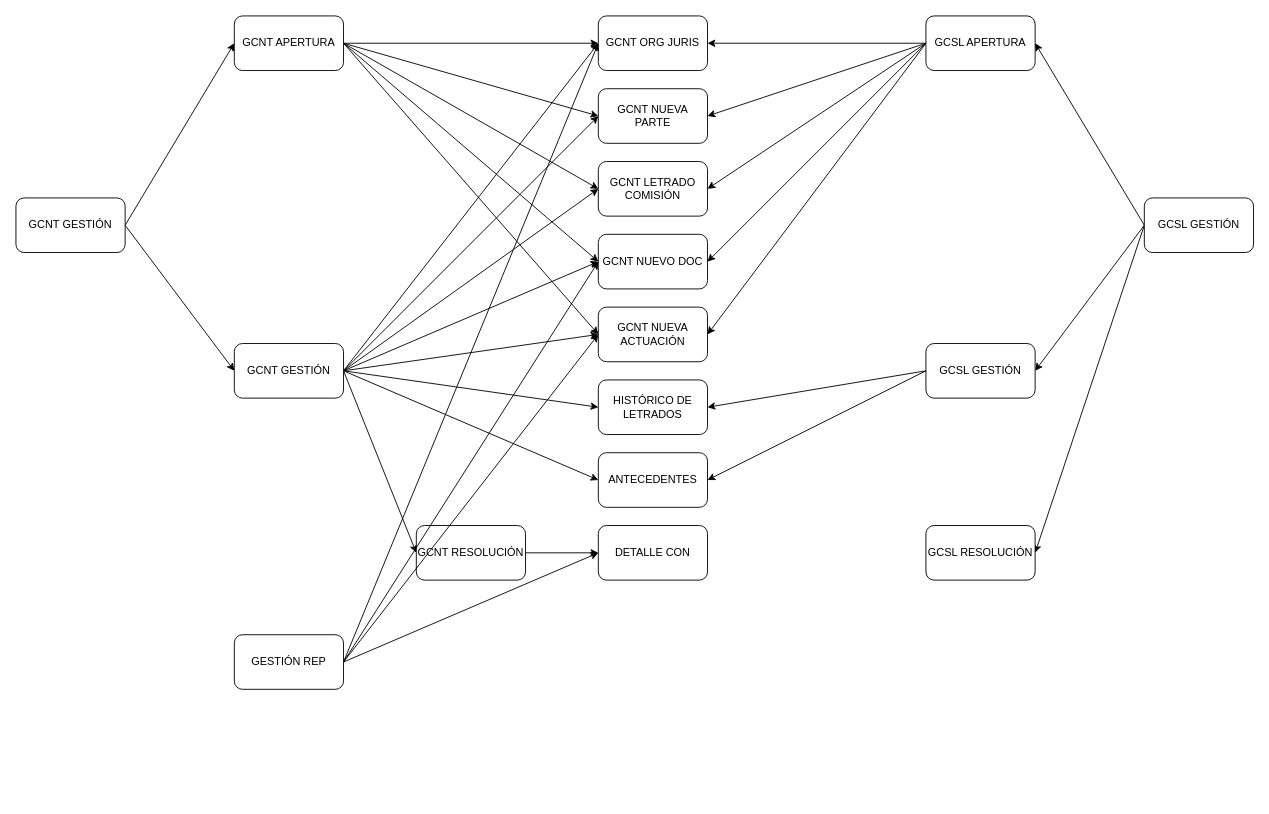
Earlier version of the draw.io diagram mierdas.drawio (rlop666/diagramas). Source tidied: cells renumbered, new cells numbered last; positions are measured from the earlier drawing's top-left corner, leaving out a move shared by most shapes. Both pictures are drawn from the tidied source at 91%, with x=0, y=0 at pixel (15, 15).
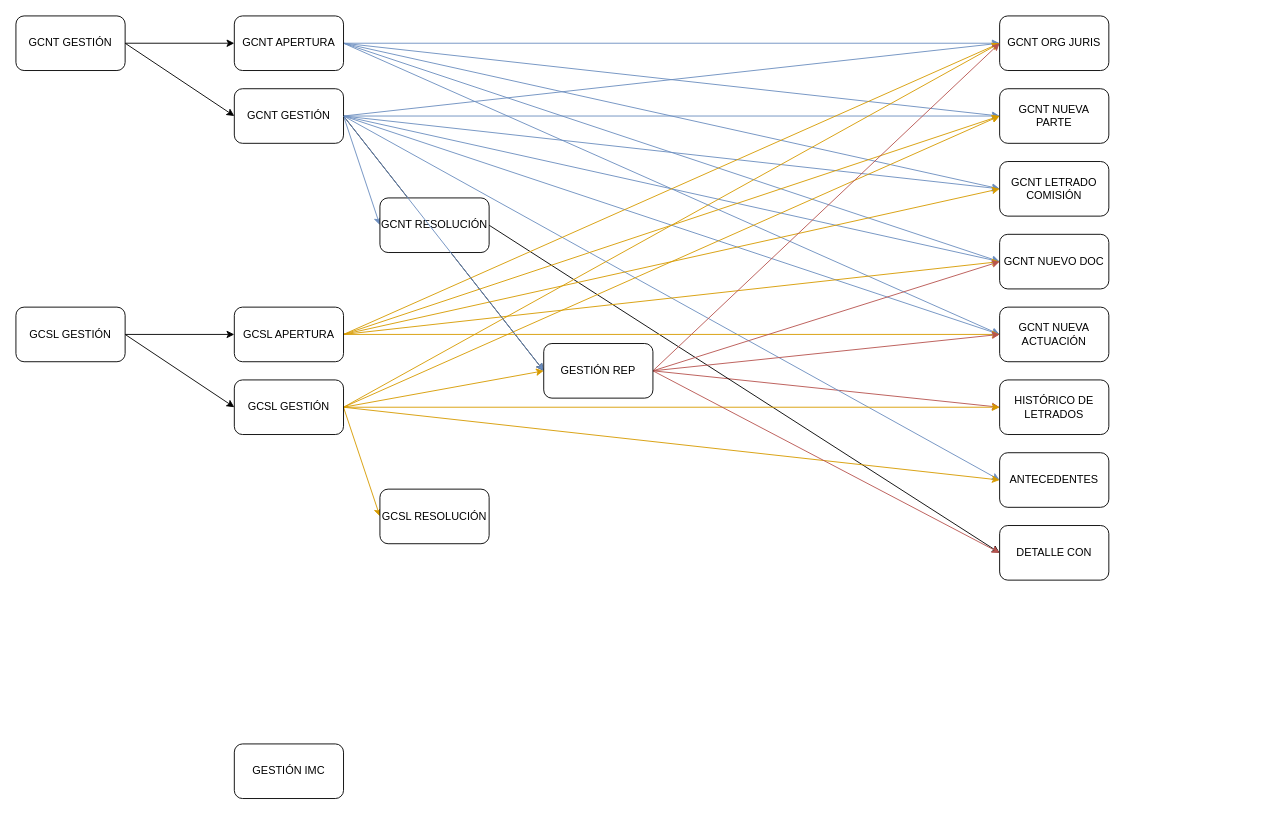
The same diagram, later.

Unchanged cells that the change refers to:
```xml
<mxCell id="10" value="GCNT APERTURA" style="rounded=1;whiteSpace=wrap;html=1;" parent="1" vertex="1">
  <mxGeometry x="240" width="120" height="60" as="geometry" />
</mxCell>
```

The edit, as a diff of the source:
```diff
@@
+    <mxCell id="49" style="rounded=0;jettySize=auto;html=1;exitX=1;exitY=0.5;exitDx=0;exitDy=0;entryX=0;entryY=0.5;entryDx=0;entryDy=0;" parent="1" edge="1" source="24" target="48">
+      <mxGeometry relative="1" as="geometry" />
+    </mxCell>
     <mxCell id="4" value="GCNT GESTIÓN" style="rounded=1;whiteSpace=wrap;html=1;" parent="1" vertex="1">
-      <mxGeometry y="200" width="120" height="60" as="geometry" />
+      <mxGeometry width="120" height="60" as="geometry" />
     </mxCell>
-    <mxCell id="5" style="rounded=0;jettySize=auto;html=1;entryX=0;entryY=0.5;entryDx=0;entryDy=0;exitX=1;exitY=0.5;exitDx=0;exitDy=0;" parent="1" edge="1" source="10" target="12">
+    <mxCell id="5" style="rounded=0;jettySize=auto;html=1;entryX=0;entryY=0.5;entryDx=0;entryDy=0;exitX=1;exitY=0.5;exitDx=0;exitDy=0;fillColor=#dae8fc;strokeColor=#6c8ebf;" parent="1" edge="1" source="10" target="12">
       <mxGeometry relative="1" as="geometry" />
     </mxCell>
-    <mxCell id="6" style="rounded=0;jettySize=auto;html=1;entryX=0;entryY=0.5;entryDx=0;entryDy=0;exitX=1;exitY=0.5;exitDx=0;exitDy=0;" parent="1" edge="1" source="10" target="11">
+    <mxCell id="6" style="rounded=0;jettySize=auto;html=1;entryX=0;entryY=0.5;entryDx=0;entryDy=0;exitX=1;exitY=0.5;exitDx=0;exitDy=0;fillColor=#dae8fc;strokeColor=#6c8ebf;" parent="1" edge="1" source="10" target="11">
       <mxGeometry relative="1" as="geometry" />
     </mxCell>
-    <mxCell id="7" style="rounded=0;jettySize=auto;html=1;entryX=0;entryY=0.5;entryDx=0;entryDy=0;exitX=1;exitY=0.5;exitDx=0;exitDy=0;" parent="1" edge="1" source="10" target="13">
+    <mxCell id="7" style="rounded=0;jettySize=auto;html=1;entryX=0;entryY=0.5;entryDx=0;entryDy=0;exitX=1;exitY=0.5;exitDx=0;exitDy=0;fillColor=#dae8fc;strokeColor=#6c8ebf;" parent="1" edge="1" source="10" target="13">
       <mxGeometry relative="1" as="geometry" />
     </mxCell>
-    <mxCell id="8" style="rounded=0;jettySize=auto;html=1;entryX=0;entryY=0.5;entryDx=0;entryDy=0;exitX=1;exitY=0.5;exitDx=0;exitDy=0;" parent="1" edge="1" source="10" target="14">
+    <mxCell id="8" style="rounded=0;jettySize=auto;html=1;entryX=0;entryY=0.5;entryDx=0;entryDy=0;exitX=1;exitY=0.5;exitDx=0;exitDy=0;fillColor=#dae8fc;strokeColor=#6c8ebf;" parent="1" edge="1" source="10" target="14">
       <mxGeometry relative="1" as="geometry" />
     </mxCell>
-    <mxCell id="9" style="rounded=0;jettySize=auto;html=1;entryX=0;entryY=0.5;entryDx=0;entryDy=0;exitX=1;exitY=0.5;exitDx=0;exitDy=0;" parent="1" edge="1" source="10" target="15">
+    <mxCell id="9" style="rounded=0;jettySize=auto;html=1;entryX=0;entryY=0.5;entryDx=0;entryDy=0;exitX=1;exitY=0.5;exitDx=0;exitDy=0;fillColor=#dae8fc;strokeColor=#6c8ebf;" parent="1" edge="1" source="10" target="15">
       <mxGeometry relative="1" as="geometry" />
     </mxCell>
@@
     <mxCell id="11" value="GCNT NUEVA PARTE" style="rounded=1;whiteSpace=wrap;html=1;" parent="1" vertex="1">
-      <mxGeometry x="640" y="80" width="120" height="60" as="geometry" />
+      <mxGeometry x="1081" y="80" width="120" height="60" as="geometry" />
     </mxCell>
     <mxCell id="12" value="GCNT ORG JURIS" style="rounded=1;whiteSpace=wrap;html=1;" parent="1" vertex="1">
-      <mxGeometry x="640" width="120" height="60" as="geometry" />
+      <mxGeometry x="1081" width="120" height="60" as="geometry" />
     </mxCell>
     <mxCell id="13" value="GCNT LETRADO COMISIÓN" style="rounded=1;whiteSpace=wrap;html=1;" parent="1" vertex="1">
-      <mxGeometry x="640" y="160" width="120" height="60" as="geometry" />
+      <mxGeometry x="1081" y="160" width="120" height="60" as="geometry" />
     </mxCell>
     <mxCell id="14" value="GCNT NUEVO DOC" style="rounded=1;whiteSpace=wrap;html=1;" parent="1" vertex="1">
-      <mxGeometry x="640" y="240" width="120" height="60" as="geometry" />
+      <mxGeometry x="1081" y="240" width="120" height="60" as="geometry" />
     </mxCell>
     <mxCell id="15" value="GCNT NUEVA ACTUACIÓN" style="rounded=1;whiteSpace=wrap;html=1;" parent="1" vertex="1">
-      <mxGeometry x="640" y="320" width="120" height="60" as="geometry" />
+      <mxGeometry x="1081" y="320" width="120" height="60" as="geometry" />
     </mxCell>
-    <mxCell id="16" style="rounded=0;jettySize=auto;html=1;entryX=0;entryY=0.5;entryDx=0;entryDy=0;exitX=1;exitY=0.5;exitDx=0;exitDy=0;" parent="1" edge="1" source="24" target="15">
+    <mxCell id="16" style="rounded=0;jettySize=auto;html=1;entryX=0;entryY=0.5;entryDx=0;entryDy=0;exitX=1;exitY=0.5;exitDx=0;exitDy=0;fillColor=#dae8fc;strokeColor=#6c8ebf;" parent="1" edge="1" source="24" target="15">
       <mxGeometry relative="1" as="geometry" />
     </mxCell>
-    <mxCell id="17" style="rounded=0;jettySize=auto;html=1;entryX=0;entryY=0.5;entryDx=0;entryDy=0;exitX=1;exitY=0.5;exitDx=0;exitDy=0;" parent="1" edge="1" source="24" target="14">
+    <mxCell id="17" style="rounded=0;jettySize=auto;html=1;entryX=0;entryY=0.5;entryDx=0;entryDy=0;exitX=1;exitY=0.5;exitDx=0;exitDy=0;fillColor=#dae8fc;strokeColor=#6c8ebf;" parent="1" edge="1" source="24" target="14">
       <mxGeometry relative="1" as="geometry" />
     </mxCell>
-    <mxCell id="18" style="rounded=0;jettySize=auto;html=1;entryX=0;entryY=0.5;entryDx=0;entryDy=0;exitX=1;exitY=0.5;exitDx=0;exitDy=0;" parent="1" edge="1" source="24" target="11">
+    <mxCell id="18" style="rounded=0;jettySize=auto;html=1;entryX=0;entryY=0.5;entryDx=0;entryDy=0;exitX=1;exitY=0.5;exitDx=0;exitDy=0;fillColor=#dae8fc;strokeColor=#6c8ebf;" parent="1" edge="1" source="24" target="11">
       <mxGeometry relative="1" as="geometry" />
     </mxCell>
-    <mxCell id="19" style="rounded=0;jettySize=auto;html=1;entryX=0;entryY=0.5;entryDx=0;entryDy=0;exitX=1;exitY=0.5;exitDx=0;exitDy=0;" parent="1" edge="1" source="24" target="12">
+    <mxCell id="19" style="rounded=0;jettySize=auto;html=1;entryX=0;entryY=0.5;entryDx=0;entryDy=0;exitX=1;exitY=0.5;exitDx=0;exitDy=0;fillColor=#dae8fc;strokeColor=#6c8ebf;" parent="1" edge="1" source="24" target="12">
       <mxGeometry relative="1" as="geometry" />
     </mxCell>
-    <mxCell id="20" style="rounded=0;jettySize=auto;html=1;entryX=0;entryY=0.5;entryDx=0;entryDy=0;exitX=1;exitY=0.5;exitDx=0;exitDy=0;" parent="1" edge="1" source="24" target="13">
+    <mxCell id="20" style="rounded=0;jettySize=auto;html=1;entryX=0;entryY=0.5;entryDx=0;entryDy=0;exitX=1;exitY=0.5;exitDx=0;exitDy=0;fillColor=#dae8fc;strokeColor=#6c8ebf;" parent="1" edge="1" source="24" target="13">
       <mxGeometry relative="1" as="geometry" />
     </mxCell>
-    <mxCell id="21" style="rounded=0;jettySize=auto;html=1;entryX=0;entryY=0.5;entryDx=0;entryDy=0;exitX=1;exitY=0.5;exitDx=0;exitDy=0;" parent="1" edge="1" source="24" target="26">
+    <mxCell id="21" style="rounded=0;jettySize=auto;html=1;entryX=0;entryY=0.5;entryDx=0;entryDy=0;exitX=1;exitY=0.5;exitDx=0;exitDy=0;fillColor=#dae8fc;strokeColor=#6c8ebf;" parent="1" edge="1" source="24" target="26">
       <mxGeometry relative="1" as="geometry" />
     </mxCell>
-    <mxCell id="22" style="rounded=0;jettySize=auto;html=1;entryX=0;entryY=0.5;entryDx=0;entryDy=0;exitX=1;exitY=0.5;exitDx=0;exitDy=0;" parent="1" edge="1" source="24" target="28">
+    <mxCell id="22" style="rounded=0;jettySize=auto;html=1;entryX=0;entryY=0.5;entryDx=0;entryDy=0;exitX=1;exitY=0.5;exitDx=0;exitDy=0;fillColor=#f8cecc;strokeColor=#b85450;" parent="1" edge="1" source="48" target="28">
       <mxGeometry relative="1" as="geometry" />
     </mxCell>
-    <mxCell id="23" style="rounded=0;jettySize=auto;html=1;entryX=0;entryY=0.5;entryDx=0;entryDy=0;exitX=1;exitY=0.5;exitDx=0;exitDy=0;" parent="1" edge="1" source="24" target="29">
+    <mxCell id="23" style="rounded=0;jettySize=auto;html=1;entryX=0;entryY=0.5;entryDx=0;entryDy=0;exitX=1;exitY=0.5;exitDx=0;exitDy=0;fillColor=#dae8fc;strokeColor=#6c8ebf;" parent="1" edge="1" source="24" target="29">
       <mxGeometry relative="1" as="geometry" />
     </mxCell>
     <mxCell id="24" value="GCNT GESTIÓN" style="rounded=1;whiteSpace=wrap;html=1;" parent="1" vertex="1">
-      <mxGeometry x="240" y="360" width="120" height="60" as="geometry" />
+      <mxGeometry x="240" y="80" width="120" height="60" as="geometry" />
     </mxCell>
@@
     <mxCell id="26" value="GCNT RESOLUCIÓN" style="rounded=1;whiteSpace=wrap;html=1;" parent="1" vertex="1">
-      <mxGeometry x="440" y="560" width="120" height="60" as="geometry" />
+      <mxGeometry x="400" y="200" width="120" height="60" as="geometry" />
     </mxCell>
     <mxCell id="27" value="DETALLE CON" style="rounded=1;whiteSpace=wrap;html=1;" parent="1" vertex="1">
-      <mxGeometry x="640" y="560" width="120" height="60" as="geometry" />
+      <mxGeometry x="1081" y="560" width="120" height="60" as="geometry" />
     </mxCell>
     <mxCell id="28" value="HISTÓRICO DE LETRADOS" style="rounded=1;whiteSpace=wrap;html=1;" parent="1" vertex="1">
-      <mxGeometry x="640" y="400" width="120" height="60" as="geometry" />
+      <mxGeometry x="1081" y="400" width="120" height="60" as="geometry" />
     </mxCell>
     <mxCell id="29" value="ANTECEDENTES" style="rounded=1;whiteSpace=wrap;html=1;" parent="1" vertex="1">
-      <mxGeometry x="640" y="480" width="120" height="60" as="geometry" />
+      <mxGeometry x="1081" y="480" width="120" height="60" as="geometry" />
     </mxCell>
-    <mxCell id="30" style="edgeStyle=orthogonalEdgeStyle;rounded=0;jettySize=auto;html=1;entryX=1;entryY=0.5;entryDx=0;entryDy=0;" parent="1" edge="1" source="35" target="12">
+    <mxCell id="30" style="rounded=0;jettySize=auto;html=1;entryX=0;entryY=0.5;entryDx=0;entryDy=0;exitX=1;exitY=0.5;exitDx=0;exitDy=0;fillColor=#ffe6cc;strokeColor=#d79b00;" parent="1" edge="1" source="35" target="12">
       <mxGeometry relative="1" as="geometry" />
     </mxCell>
-    <mxCell id="31" style="rounded=0;jettySize=auto;html=1;entryX=1;entryY=0.5;entryDx=0;entryDy=0;exitX=0;exitY=0.5;exitDx=0;exitDy=0;" parent="1" edge="1" source="35" target="11">
+    <mxCell id="31" style="rounded=0;jettySize=auto;html=1;entryX=0;entryY=0.5;entryDx=0;entryDy=0;exitX=1;exitY=0.5;exitDx=0;exitDy=0;fillColor=#ffe6cc;strokeColor=#d79b00;" parent="1" edge="1" source="35" target="11">
       <mxGeometry relative="1" as="geometry" />
     </mxCell>
-    <mxCell id="32" style="rounded=0;jettySize=auto;html=1;entryX=1;entryY=0.5;entryDx=0;entryDy=0;exitX=0;exitY=0.5;exitDx=0;exitDy=0;" parent="1" edge="1" source="35" target="13">
+    <mxCell id="32" style="rounded=0;jettySize=auto;html=1;entryX=0;entryY=0.5;entryDx=0;entryDy=0;exitX=1;exitY=0.5;exitDx=0;exitDy=0;fillColor=#ffe6cc;strokeColor=#d79b00;" parent="1" edge="1" source="35" target="13">
       <mxGeometry relative="1" as="geometry" />
     </mxCell>
-    <mxCell id="33" style="rounded=0;jettySize=auto;html=1;entryX=1;entryY=0.5;entryDx=0;entryDy=0;exitX=0;exitY=0.5;exitDx=0;exitDy=0;" parent="1" edge="1" source="35" target="14">
+    <mxCell id="33" style="rounded=0;jettySize=auto;html=1;entryX=0;entryY=0.5;entryDx=0;entryDy=0;exitX=1;exitY=0.5;exitDx=0;exitDy=0;fillColor=#ffe6cc;strokeColor=#d79b00;" parent="1" edge="1" source="35" target="14">
       <mxGeometry relative="1" as="geometry" />
     </mxCell>
-    <mxCell id="34" style="rounded=0;jettySize=auto;html=1;entryX=1;entryY=0.5;entryDx=0;entryDy=0;exitX=0;exitY=0.5;exitDx=0;exitDy=0;" parent="1" edge="1" source="35" target="15">
+    <mxCell id="34" style="rounded=0;jettySize=auto;html=1;entryX=0;entryY=0.5;entryDx=0;entryDy=0;exitX=1;exitY=0.5;exitDx=0;exitDy=0;fillColor=#ffe6cc;strokeColor=#d79b00;" parent="1" edge="1" source="35" target="15">
       <mxGeometry relative="1" as="geometry" />
     </mxCell>
     <mxCell id="35" value="GCSL APERTURA" style="rounded=1;whiteSpace=wrap;html=1;" parent="1" vertex="1">
-      <mxGeometry x="1000" width="120" height="60" as="geometry" />
+      <mxGeometry x="240" y="320" width="120" height="60" as="geometry" />
     </mxCell>
-    <mxCell id="36" style="rounded=0;jettySize=auto;html=1;entryX=1;entryY=0.5;entryDx=0;entryDy=0;exitX=0;exitY=0.5;exitDx=0;exitDy=0;" parent="1" edge="1" source="39" target="42">
+    <mxCell id="36" style="rounded=0;jettySize=auto;html=1;entryX=0;entryY=0.5;entryDx=0;entryDy=0;exitX=1;exitY=0.5;exitDx=0;exitDy=0;" parent="1" edge="1" source="39" target="42">
       <mxGeometry relative="1" as="geometry" />
     </mxCell>
-    <mxCell id="37" style="rounded=0;jettySize=auto;html=1;entryX=1;entryY=0.5;entryDx=0;entryDy=0;exitX=0;exitY=0.5;exitDx=0;exitDy=0;" parent="1" edge="1" source="39" target="35">
+    <mxCell id="37" style="rounded=0;jettySize=auto;html=1;entryX=0;entryY=0.5;entryDx=0;entryDy=0;exitX=1;exitY=0.5;exitDx=0;exitDy=0;" parent="1" edge="1" source="39" target="35">
       <mxGeometry relative="1" as="geometry" />
     </mxCell>
-    <mxCell id="38" style="rounded=0;jettySize=auto;html=1;entryX=1;entryY=0.5;entryDx=0;entryDy=0;exitX=0;exitY=0.5;exitDx=0;exitDy=0;" parent="1" edge="1" source="39" target="43">
+    <mxCell id="38" style="rounded=0;jettySize=auto;html=1;entryX=0;entryY=0.5;entryDx=0;entryDy=0;exitX=1;exitY=0.5;exitDx=0;exitDy=0;fillColor=#ffe6cc;strokeColor=#d79b00;" parent="1" edge="1" source="42" target="43">
       <mxGeometry relative="1" as="geometry" />
     </mxCell>
     <mxCell id="39" value="GCSL GESTIÓN" style="rounded=1;whiteSpace=wrap;html=1;" parent="1" vertex="1">
-      <mxGeometry x="1240" y="200" width="120" height="60" as="geometry" />
+      <mxGeometry y="320" width="120" height="60" as="geometry" />
     </mxCell>
-    <mxCell id="40" style="rounded=0;jettySize=auto;html=1;entryX=1;entryY=0.5;entryDx=0;entryDy=0;exitX=0;exitY=0.5;exitDx=0;exitDy=0;" parent="1" edge="1" source="42" target="28">
+    <mxCell id="40" style="rounded=0;jettySize=auto;html=1;entryX=0;entryY=0.5;entryDx=0;entryDy=0;exitX=1;exitY=0.5;exitDx=0;exitDy=0;fillColor=#ffe6cc;strokeColor=#d79b00;" parent="1" edge="1" source="42" target="28">
       <mxGeometry relative="1" as="geometry" />
     </mxCell>
-    <mxCell id="41" style="rounded=0;jettySize=auto;html=1;entryX=1;entryY=0.5;entryDx=0;entryDy=0;exitX=0;exitY=0.5;exitDx=0;exitDy=0;" parent="1" edge="1" source="42" target="29">
+    <mxCell id="41" style="rounded=0;jettySize=auto;html=1;entryX=0;entryY=0.5;entryDx=0;entryDy=0;exitX=1;exitY=0.5;exitDx=0;exitDy=0;fillColor=#ffe6cc;strokeColor=#d79b00;" parent="1" edge="1" source="42" target="29">
       <mxGeometry relative="1" as="geometry" />
     </mxCell>
+    <mxCell id="50" style="rounded=0;jettySize=auto;html=1;exitX=1;exitY=0.5;exitDx=0;exitDy=0;entryX=0;entryY=0.5;entryDx=0;entryDy=0;fillColor=#ffe6cc;strokeColor=#d79b00;" parent="1" edge="1" source="42" target="48">
+      <mxGeometry relative="1" as="geometry" />
+    </mxCell>
+    <mxCell id="51" style="rounded=0;jettySize=auto;html=1;exitX=1;exitY=0.5;exitDx=0;exitDy=0;entryX=0;entryY=0.5;entryDx=0;entryDy=0;fillColor=#ffe6cc;strokeColor=#d79b00;" parent="1" edge="1" source="42" target="11">
+      <mxGeometry relative="1" as="geometry" />
+    </mxCell>
+    <mxCell id="52" style="rounded=0;jettySize=auto;html=1;exitX=1;exitY=0.5;exitDx=0;exitDy=0;entryX=0;entryY=0.5;entryDx=0;entryDy=0;fillColor=#ffe6cc;strokeColor=#d79b00;" parent="1" edge="1" source="42" target="12">
+      <mxGeometry relative="1" as="geometry" />
+    </mxCell>
     <mxCell id="42" value="GCSL GESTIÓN" style="rounded=1;whiteSpace=wrap;html=1;" parent="1" vertex="1">
-      <mxGeometry x="1000" y="360" width="120" height="60" as="geometry" />
+      <mxGeometry x="240" y="400" width="120" height="60" as="geometry" />
     </mxCell>
     <mxCell id="43" value="GCSL RESOLUCIÓN" style="rounded=1;whiteSpace=wrap;html=1;" parent="1" vertex="1">
-      <mxGeometry x="1000" y="560" width="120" height="60" as="geometry" />
+      <mxGeometry x="400" y="520" width="120" height="60" as="geometry" />
     </mxCell>
-    <mxCell id="44" style="rounded=0;jettySize=auto;html=1;entryX=0;entryY=0.5;entryDx=0;entryDy=0;exitX=1;exitY=0.5;exitDx=0;exitDy=0;" parent="1" edge="1" source="48" target="14">
+    <mxCell id="44" style="rounded=0;jettySize=auto;html=1;entryX=0;entryY=0.5;entryDx=0;entryDy=0;exitX=1;exitY=0.5;exitDx=0;exitDy=0;fillColor=#f8cecc;strokeColor=#b85450;" parent="1" edge="1" source="48" target="14">
       <mxGeometry relative="1" as="geometry" />
     </mxCell>
-    <mxCell id="45" style="rounded=0;jettySize=auto;html=1;entryX=0;entryY=0.5;entryDx=0;entryDy=0;exitX=1;exitY=0.5;exitDx=0;exitDy=0;" parent="1" edge="1" source="48" target="15">
+    <mxCell id="45" style="rounded=0;jettySize=auto;html=1;entryX=0;entryY=0.5;entryDx=0;entryDy=0;exitX=1;exitY=0.5;exitDx=0;exitDy=0;fillColor=#f8cecc;strokeColor=#b85450;" parent="1" edge="1" source="48" target="15">
       <mxGeometry relative="1" as="geometry" />
     </mxCell>
-    <mxCell id="46" style="rounded=0;jettySize=auto;html=1;entryX=0;entryY=0.5;entryDx=0;entryDy=0;exitX=1;exitY=0.5;exitDx=0;exitDy=0;" parent="1" edge="1" source="48" target="27">
+    <mxCell id="46" style="rounded=0;jettySize=auto;html=1;entryX=0;entryY=0.5;entryDx=0;entryDy=0;exitX=1;exitY=0.5;exitDx=0;exitDy=0;fillColor=#f8cecc;strokeColor=#b85450;" parent="1" edge="1" source="48" target="27">
       <mxGeometry relative="1" as="geometry" />
     </mxCell>
-    <mxCell id="47" style="rounded=0;jettySize=auto;html=1;entryX=0;entryY=0.5;entryDx=0;entryDy=0;exitX=1;exitY=0.5;exitDx=0;exitDy=0;" parent="1" edge="1" source="48" target="12">
+    <mxCell id="47" style="rounded=0;jettySize=auto;html=1;entryX=0;entryY=0.5;entryDx=0;entryDy=0;exitX=1;exitY=0.5;exitDx=0;exitDy=0;fillColor=#f8cecc;strokeColor=#b85450;" parent="1" edge="1" source="48" target="12">
       <mxGeometry relative="1" as="geometry" />
     </mxCell>
+    <mxCell id="53" value="GESTIÓN IMC" style="rounded=1;whiteSpace=wrap;html=1;" parent="1" vertex="1">
+      <mxGeometry x="240" y="800" width="120" height="60" as="geometry" />
+    </mxCell>
+    <mxCell id="54" style="rounded=0;jettySize=auto;html=1;entryX=0;entryY=0.5;entryDx=0;entryDy=0;exitX=1;exitY=0.5;exitDx=0;exitDy=0;fillColor=#dae8fc;strokeColor=#6c8ebf;" parent="1" edge="1" source="24" target="48">
+      <mxGeometry relative="1" as="geometry" />
+    </mxCell>
     <mxCell id="48" value="GESTIÓN REP" style="rounded=1;whiteSpace=wrap;html=1;" parent="1" vertex="1">
-      <mxGeometry x="240" y="680" width="120" height="60" as="geometry" />
+      <mxGeometry x="580" y="360" width="120" height="60" as="geometry" />
     </mxCell>
```
